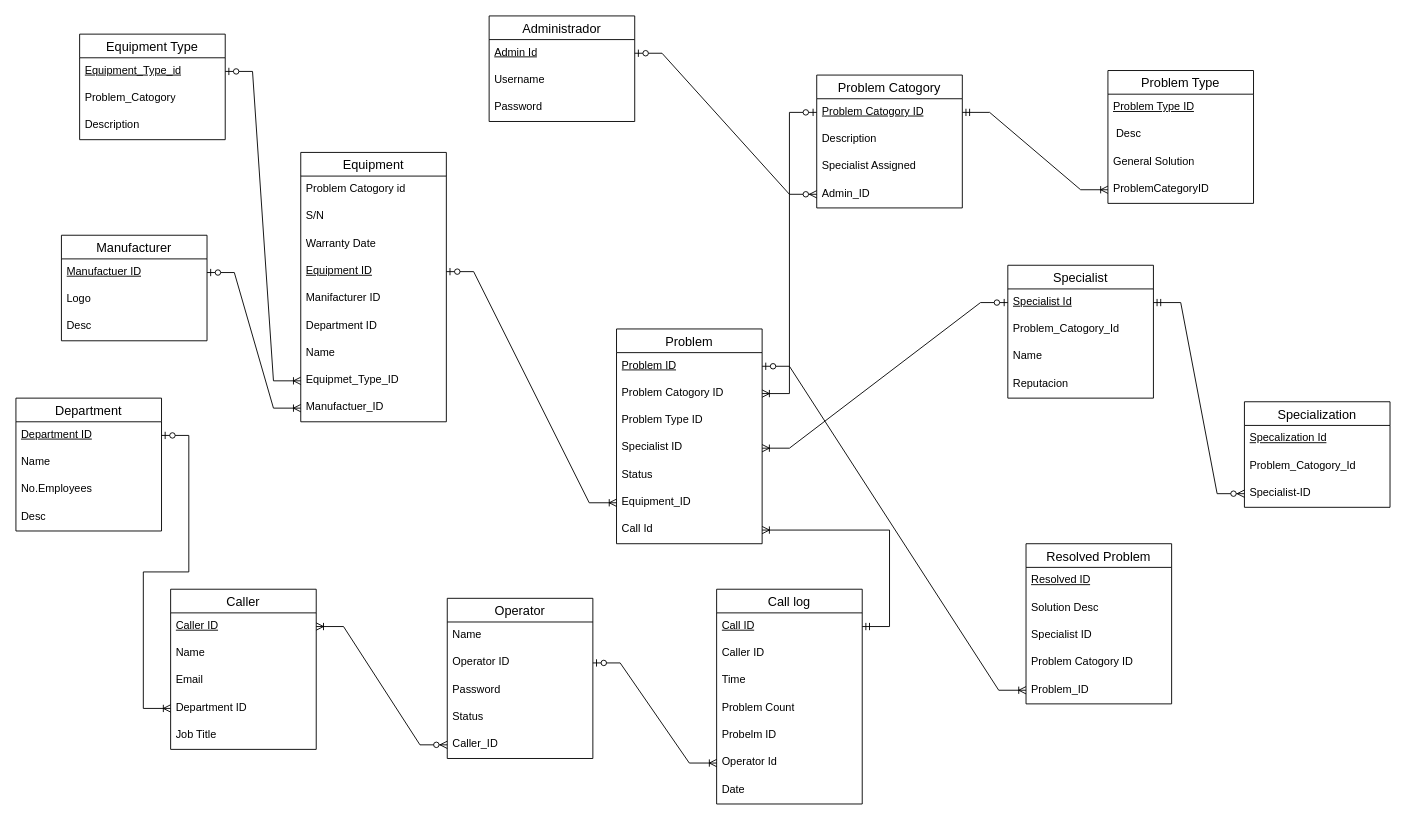
The draw.io diagram diagramaEr.drawio in JoaoCorreia2008/Diagrama-escolar-, before the edit. Source tidied: cells renumbered, new cells numbered last; positions are measured from the earlier drawing's top-left corner, leaving out a move shared by most shapes. Both pictures are drawn from the tidied source at 91%, with x=0, y=0 at pixel (15, 15).
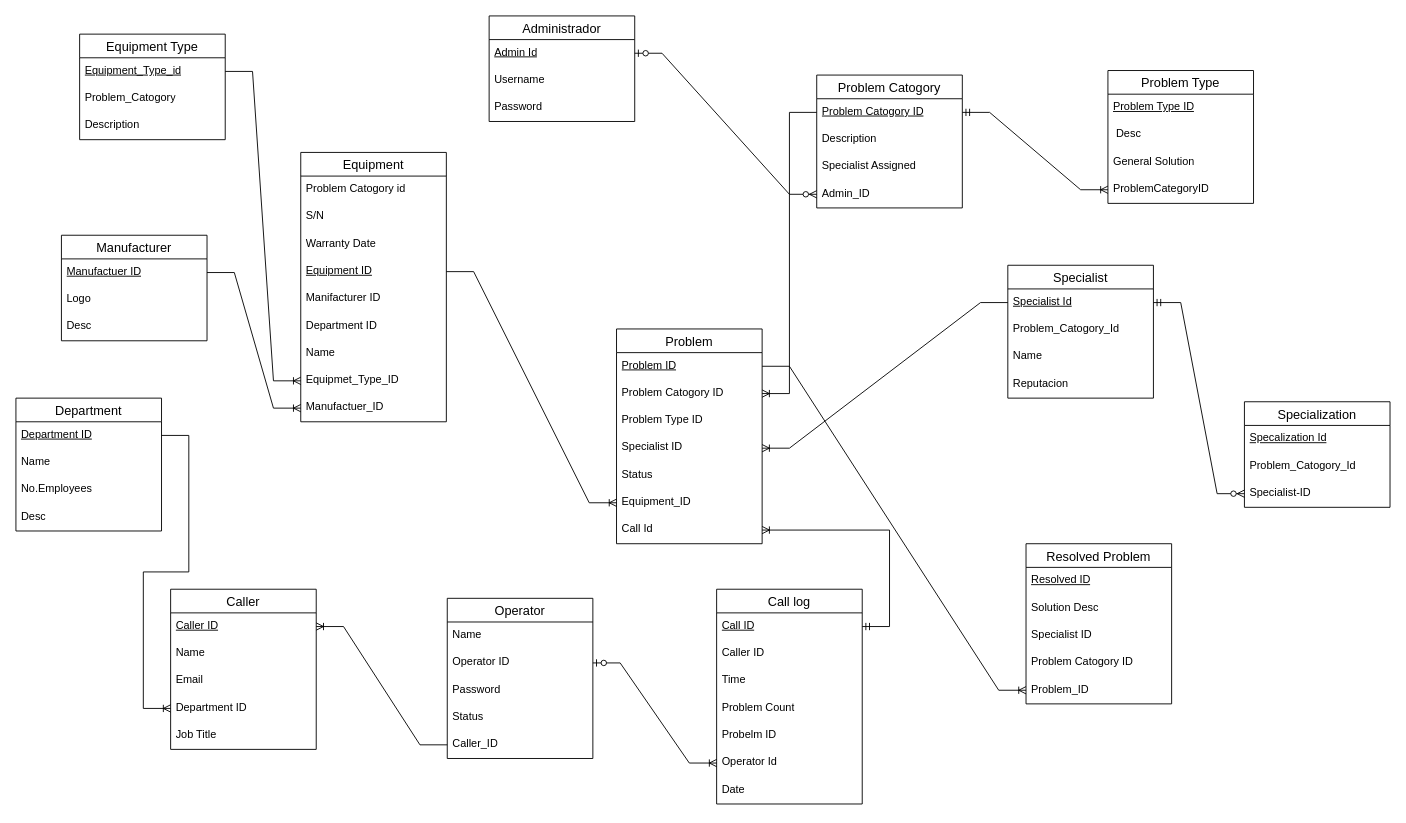
The same diagram, later.

Unchanged cells that the change refers to:
```xml
<mxCell id="3" value="&lt;span style=&quot;text-wrap-mode: nowrap; text-decoration-line: underline;&quot;&gt;Equipment_Type_id&lt;/span&gt;" style="text;strokeColor=none;fillColor=none;spacingLeft=4;spacingRight=4;overflow=hidden;points=[[0,0.5],[1,0.5]];portConstraint=eastwest;fontSize=12;whiteSpace=wrap;html=1;" parent="2" vertex="1">
  <mxGeometry y="26" width="160" height="30" as="geometry" />
</mxCell>
<mxCell id="11" value="&lt;span style=&quot;text-wrap-mode: nowrap;&quot;&gt;&lt;u&gt;Manufactuer ID&lt;/u&gt;&lt;/span&gt;" style="text;strokeColor=none;fillColor=none;spacingLeft=4;spacingRight=4;overflow=hidden;points=[[0,0.5],[1,0.5]];portConstraint=eastwest;fontSize=12;whiteSpace=wrap;html=1;" parent="10" vertex="1">
  <mxGeometry y="26" width="160" height="30" as="geometry" />
</mxCell>
<mxCell id="15" value="&lt;span style=&quot;text-wrap-mode: nowrap;&quot;&gt;&lt;u&gt;Department ID&lt;/u&gt;&lt;/span&gt;" style="text;strokeColor=none;fillColor=none;spacingLeft=4;spacingRight=4;overflow=hidden;points=[[0,0.5],[1,0.5]];portConstraint=eastwest;fontSize=12;whiteSpace=wrap;html=1;" parent="14" vertex="1">
  <mxGeometry y="26" width="160" height="30" as="geometry" />
</mxCell>
<mxCell id="20" value="&lt;span style=&quot;text-wrap-mode: nowrap;&quot;&gt;&lt;u&gt;Caller ID&lt;/u&gt;&lt;/span&gt;" style="text;strokeColor=none;fillColor=none;spacingLeft=4;spacingRight=4;overflow=hidden;points=[[0,0.5],[1,0.5]];portConstraint=eastwest;fontSize=12;whiteSpace=wrap;html=1;" parent="19" vertex="1">
  <mxGeometry y="26" width="160" height="30" as="geometry" />
</mxCell>
<mxCell id="23" value="Department ID" style="text;strokeColor=none;fillColor=none;spacingLeft=4;spacingRight=4;overflow=hidden;points=[[0,0.5],[1,0.5]];portConstraint=eastwest;fontSize=12;whiteSpace=wrap;html=1;" parent="19" vertex="1">
  <mxGeometry y="116" width="160" height="30" as="geometry" />
</mxCell>
<mxCell id="30" value="Caller_ID" style="text;strokeColor=none;fillColor=none;spacingLeft=4;spacingRight=4;overflow=hidden;points=[[0,0.5],[1,0.5]];portConstraint=eastwest;fontSize=12;whiteSpace=wrap;html=1;" parent="25" vertex="1">
  <mxGeometry y="146" width="160" height="30" as="geometry" />
</mxCell>
<mxCell id="48" value="Problem_ID" style="text;strokeColor=none;fillColor=none;spacingLeft=4;spacingRight=4;overflow=hidden;points=[[0,0.5],[1,0.5]];portConstraint=eastwest;fontSize=12;whiteSpace=wrap;html=1;" parent="43" vertex="1">
  <mxGeometry y="146" width="160" height="30" as="geometry" />
</mxCell>
<mxCell id="50" value="&lt;span style=&quot;text-wrap-mode: nowrap;&quot;&gt;&lt;u&gt;Specialist Id&lt;/u&gt;&lt;/span&gt;" style="text;strokeColor=none;fillColor=none;spacingLeft=4;spacingRight=4;overflow=hidden;points=[[0,0.5],[1,0.5]];portConstraint=eastwest;fontSize=12;whiteSpace=wrap;html=1;" parent="49" vertex="1">
  <mxGeometry y="26" width="160" height="30" as="geometry" />
</mxCell>
<mxCell id="63" value="&lt;u&gt;Equipment ID&lt;/u&gt;" style="text;strokeColor=none;fillColor=none;spacingLeft=4;spacingRight=4;overflow=hidden;points=[[0,0.5],[1,0.5]];portConstraint=eastwest;fontSize=12;whiteSpace=wrap;html=1;" parent="59" vertex="1">
  <mxGeometry y="116" width="160" height="30" as="geometry" />
</mxCell>
<mxCell id="67" value="Equipmet_Type_ID" style="text;strokeColor=none;fillColor=none;spacingLeft=4;spacingRight=4;overflow=hidden;points=[[0,0.5],[1,0.5]];portConstraint=eastwest;fontSize=12;whiteSpace=wrap;html=1;" parent="59" vertex="1">
  <mxGeometry y="236" width="160" height="30" as="geometry" />
</mxCell>
<mxCell id="68" value="Manufactuer_ID" style="text;strokeColor=none;fillColor=none;spacingLeft=4;spacingRight=4;overflow=hidden;points=[[0,0.5],[1,0.5]];portConstraint=eastwest;fontSize=12;whiteSpace=wrap;html=1;" parent="59" vertex="1">
  <mxGeometry y="266" width="160" height="30" as="geometry" />
</mxCell>
<mxCell id="70" value="&lt;span style=&quot;text-wrap-mode: nowrap;&quot;&gt;&lt;u&gt;Problem ID&lt;/u&gt;&lt;/span&gt;" style="text;strokeColor=none;fillColor=none;spacingLeft=4;spacingRight=4;overflow=hidden;points=[[0,0.5],[1,0.5]];portConstraint=eastwest;fontSize=12;whiteSpace=wrap;html=1;" parent="69" vertex="1">
  <mxGeometry y="26" width="160" height="30" as="geometry" />
</mxCell>
<mxCell id="71" value="Problem Catogory ID" style="text;strokeColor=none;fillColor=none;spacingLeft=4;spacingRight=4;overflow=hidden;points=[[0,0.5],[1,0.5]];portConstraint=eastwest;fontSize=12;whiteSpace=wrap;html=1;" parent="69" vertex="1">
  <mxGeometry y="56" width="160" height="30" as="geometry" />
</mxCell>
<mxCell id="73" value="Specialist ID" style="text;strokeColor=none;fillColor=none;spacingLeft=4;spacingRight=4;overflow=hidden;points=[[0,0.5],[1,0.5]];portConstraint=eastwest;fontSize=12;whiteSpace=wrap;html=1;" parent="69" vertex="1">
  <mxGeometry y="116" width="160" height="30" as="geometry" />
</mxCell>
<mxCell id="75" value="Equipment_ID" style="text;strokeColor=none;fillColor=none;spacingLeft=4;spacingRight=4;overflow=hidden;points=[[0,0.5],[1,0.5]];portConstraint=eastwest;fontSize=12;whiteSpace=wrap;html=1;" parent="69" vertex="1">
  <mxGeometry y="176" width="160" height="30" as="geometry" />
</mxCell>
<mxCell id="78" value="&lt;u&gt;Problem Catogory ID&lt;/u&gt;" style="text;strokeColor=none;fillColor=none;spacingLeft=4;spacingRight=4;overflow=hidden;points=[[0,0.5],[1,0.5]];portConstraint=eastwest;fontSize=12;whiteSpace=wrap;html=1;" parent="77" vertex="1">
  <mxGeometry y="26" width="160" height="30" as="geometry" />
</mxCell>
```

What changed in the source:
```diff
@@
-    <mxCell id="82" style="edgeStyle=entityRelationEdgeStyle;fontSize=12;html=1;endArrow=ERoneToMany;startArrow=ERzeroToOne;rounded=0;exitX=1;exitY=0.5;exitDx=0;exitDy=0;entryX=0;entryY=0.5;entryDx=0;entryDy=0;" parent="1" edge="1" source="15" target="23">
+    <mxCell id="82" style="edgeStyle=entityRelationEdgeStyle;fontSize=12;html=1;endArrow=ERoneToMany;startArrow=none;rounded=0;exitX=1;exitY=0.5;exitDx=0;exitDy=0;entryX=0;entryY=0.5;entryDx=0;entryDy=0;startFill=0;" parent="1" edge="1" source="15" target="23">
       <mxGeometry relative="1" as="geometry" />
     </mxCell>
-    <mxCell id="83" style="edgeStyle=entityRelationEdgeStyle;fontSize=12;html=1;endArrow=ERoneToMany;startArrow=ERzeroToMany;rounded=0;exitX=0;exitY=0.5;exitDx=0;exitDy=0;entryX=1;entryY=0.5;entryDx=0;entryDy=0;" parent="1" edge="1" source="30" target="20">
+    <mxCell id="83" style="edgeStyle=entityRelationEdgeStyle;fontSize=12;html=1;endArrow=ERoneToMany;startArrow=none;rounded=0;exitX=0;exitY=0.5;exitDx=0;exitDy=0;entryX=1;entryY=0.5;entryDx=0;entryDy=0;startFill=0;" parent="1" edge="1" source="30" target="20">
       <mxGeometry relative="1" as="geometry" />
     </mxCell>
-    <mxCell id="84" style="edgeStyle=entityRelationEdgeStyle;fontSize=12;html=1;endArrow=ERoneToMany;startArrow=ERzeroToOne;rounded=0;exitX=1;exitY=0.5;exitDx=0;exitDy=0;entryX=0;entryY=0.5;entryDx=0;entryDy=0;" parent="1" edge="1" source="3" target="67">
+    <mxCell id="84" style="edgeStyle=entityRelationEdgeStyle;fontSize=12;html=1;endArrow=ERoneToMany;startArrow=none;rounded=0;exitX=1;exitY=0.5;exitDx=0;exitDy=0;entryX=0;entryY=0.5;entryDx=0;entryDy=0;startFill=0;" parent="1" edge="1" source="3" target="67">
       <mxGeometry relative="1" as="geometry" />
     </mxCell>
-    <mxCell id="85" style="edgeStyle=entityRelationEdgeStyle;fontSize=12;html=1;endArrow=ERoneToMany;startArrow=ERzeroToOne;rounded=0;exitX=1;exitY=0.5;exitDx=0;exitDy=0;entryX=0;entryY=0.5;entryDx=0;entryDy=0;" parent="1" edge="1" source="11" target="68">
+    <mxCell id="85" style="edgeStyle=entityRelationEdgeStyle;fontSize=12;html=1;endArrow=ERoneToMany;startArrow=none;rounded=0;exitX=1;exitY=0.5;exitDx=0;exitDy=0;entryX=0;entryY=0.5;entryDx=0;entryDy=0;startFill=0;" parent="1" edge="1" source="11" target="68">
       <mxGeometry relative="1" as="geometry" />
     </mxCell>
@@
-    <mxCell id="88" style="edgeStyle=entityRelationEdgeStyle;fontSize=12;html=1;endArrow=ERoneToMany;startArrow=ERzeroToOne;rounded=0;" parent="1" edge="1" source="70" target="48">
+    <mxCell id="88" style="edgeStyle=entityRelationEdgeStyle;fontSize=12;html=1;endArrow=ERoneToMany;startArrow=none;rounded=0;startFill=0;" parent="1" edge="1" source="70" target="48">
       <mxGeometry relative="1" as="geometry" />
     </mxCell>
-    <mxCell id="89" style="edgeStyle=entityRelationEdgeStyle;fontSize=12;html=1;endArrow=ERoneToMany;startArrow=ERzeroToOne;rounded=0;" parent="1" edge="1" source="50" target="73">
+    <mxCell id="89" style="edgeStyle=entityRelationEdgeStyle;fontSize=12;html=1;endArrow=ERoneToMany;startArrow=none;rounded=0;startFill=0;" parent="1" edge="1" source="50" target="73">
       <mxGeometry relative="1" as="geometry" />
     </mxCell>
-    <mxCell id="90" style="edgeStyle=entityRelationEdgeStyle;fontSize=12;html=1;endArrow=ERoneToMany;startArrow=ERzeroToOne;rounded=0;" parent="1" edge="1" source="78" target="71">
+    <mxCell id="90" style="edgeStyle=entityRelationEdgeStyle;fontSize=12;html=1;endArrow=ERoneToMany;startArrow=none;rounded=0;startFill=0;" parent="1" edge="1" source="78" target="71">
       <mxGeometry relative="1" as="geometry" />
     </mxCell>
@@
-    <mxCell id="94" style="edgeStyle=entityRelationEdgeStyle;fontSize=12;html=1;endArrow=ERoneToMany;startArrow=ERzeroToOne;rounded=0;" parent="1" edge="1" source="63" target="75">
+    <mxCell id="94" style="edgeStyle=entityRelationEdgeStyle;fontSize=12;html=1;endArrow=ERoneToMany;startArrow=none;rounded=0;startFill=0;" parent="1" edge="1" source="63" target="75">
       <mxGeometry relative="1" as="geometry" />
     </mxCell>
```
